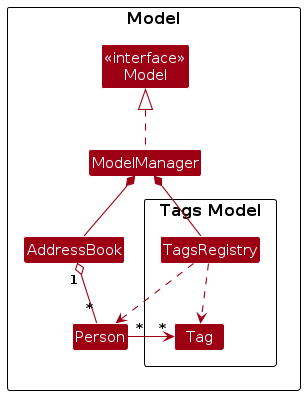
Before: diagrams/TagsManagementClassDiagram.png, a diagram exported from PlantUML (AY2526S2-CS2103T-T15-4/tp). Its source is kept beside it as diagrams/TagsManagementClassDiagram.puml.
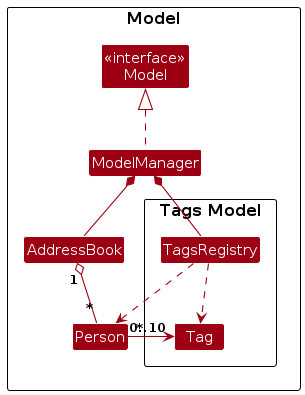
The same diagram one commit later.

Change to the diagram source:
```diff
@@ -20,7 +20,7 @@
 ModelManager *-- AddressBook
 ModelManager *-- TagsRegistry
 AddressBook "1" o-- "*" Person
-Person "*" --> "*" Tag
+Person "*" --> "0..10" Tag
 TagsRegistry ..> Person
 TagsRegistry ..> Tag
 
```
